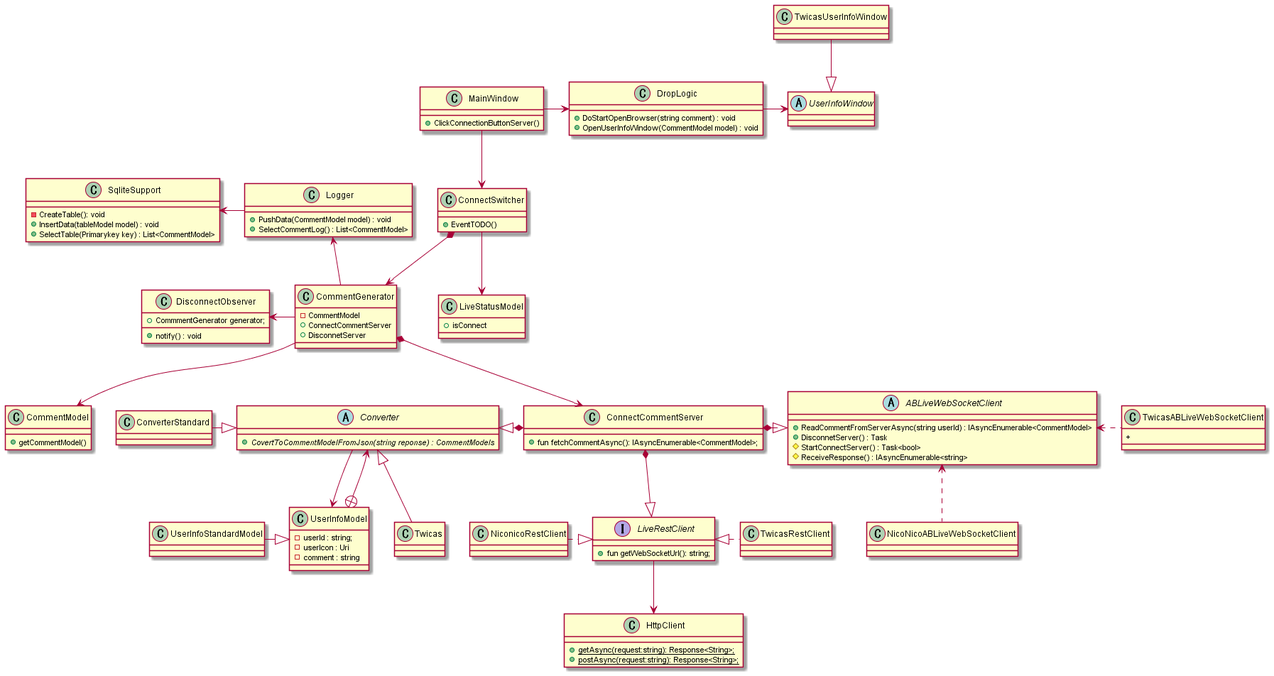
elm-niconico/AppDesign keeps this PlantUML diagram as ultra-comment-viewer/out/class-design/model/fetch-comment/コメント取得クラス図.png. Above is the earlier version.
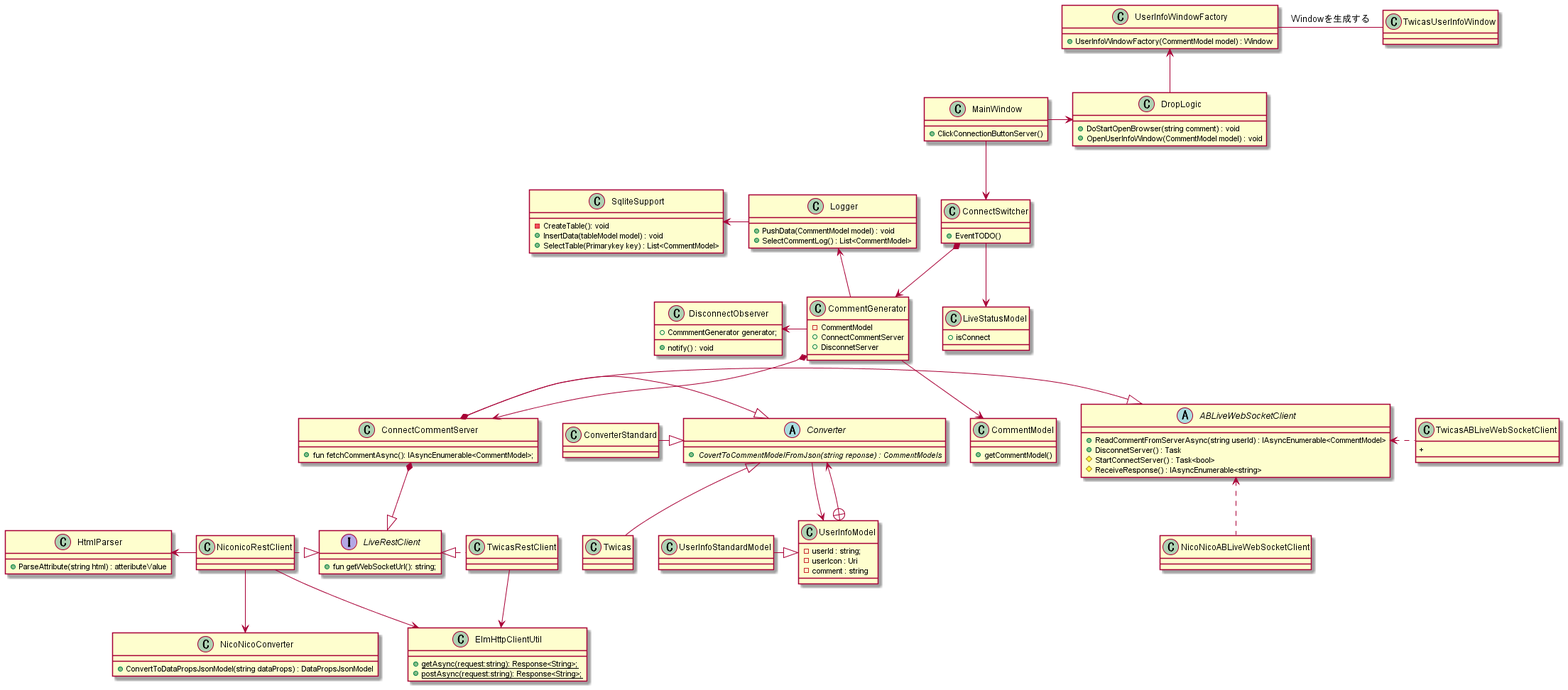
The same diagram one commit later.

Commit message:
ニコニコWebSocketUrl取得クラス図の追加

Diff of the diagram source:
```diff
@@ -19,8 +19,10 @@
         + EventTODO()
     }
 
-    abstract class UserInfoWindow{
 
+
+    class UserInfoWindowFactory{
+        + UserInfoWindowFactory(CommentModel model) : Window
     }
 
 
@@ -28,7 +30,7 @@
 
     CommentGenerator --> CommentModel
     MainWindow --> ConnectSwitcher
-    CommentGenerator *--> ConnectCommentServer
+    CommentGenerator *-down-> ConnectCommentServer
     ConnectSwitcher *--> CommentGenerator
     ConnectSwitcher --> LiveStatusModel
     abstract class ABLiveWebSocketClient{
@@ -65,13 +67,11 @@
 
     class ConnectCommentServer {
         + fun fetchCommentAsync(): IAsyncEnumerable<CommentModel>;
-
     }
 
     class DropLogic{
         + DoStartOpenBrowser(string comment) : void
         + OpenUserInfoWindow(CommentModel model) : void
-
     }
 
     interface LiveRestClient{
@@ -80,7 +80,7 @@
     class NiconicoRestClient{
 
     }
-    class HttpClient{
+    class ElmHttpClientUtil{
         + {static} getAsync(request:string): Response<String>;
         + {static} postAsync(request:string): Response<String>;
     }
@@ -88,12 +88,18 @@
     abstract class Converter{
         + {abstract} CovertToCommentModelFromJson(string reponse) : CommentModels
     }
+    class NicoNicoConverter{
+        + ConvertToDataPropsJsonModel(string dataProps) : DataPropsJsonModel
+    }
     Converter <|-- Twicas
 
     class UserInfoModel{
         - userId : string;
         - userIcon : Uri
         - comment : string
+    }
+    class HtmlParser{
+        + ParseAttribute(string html) : atteributeValue
     }
 
     ConnectCommentServer *--|> LiveRestClient
@@ -108,7 +114,6 @@
     UserInfoStandardModel -right-|> UserInfoModel
     NiconicoRestClient .right.|> LiveRestClient
     TwicasRestClient   .left.|>  LiveRestClient
-    LiveRestClient -down-> HttpClient
 
     ConverterStandard -right-|> Converter
 
@@ -116,10 +121,16 @@
     Logger -left-> SqliteSupport
 
     MainWindow -right-> DropLogic
-    DropLogic -right-> UserInfoWindow
 
-    TwicasUserInfoWindow --|> UserInfoWindow
+    DropLogic -up-> UserInfoWindowFactory
 
+    UserInfoWindowFactory - TwicasUserInfoWindow : Windowを生成する
+
+    NiconicoRestClient -down-> ElmHttpClientUtil
+    TwicasRestClient -down->   ElmHttpClientUtil
+
+    NiconicoRestClient -left-> HtmlParser
+    NiconicoRestClient -down-> NicoNicoConverter
 
 
 @enduml
```
